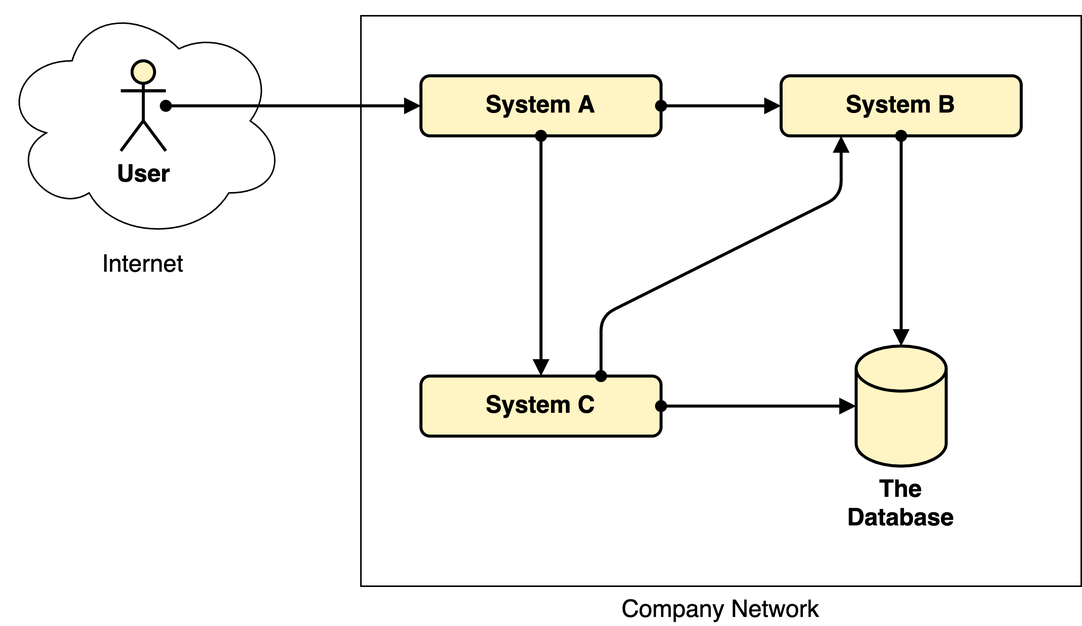
martinleggewie/visual-tips-for-creating-schematic-diagrams keeps this draw.io diagram as diagrams/example-systemdiagram_reduced-to-the-max.png. Above is the earlier version. Source tidied: cells renumbered, new cells last; positions are measured from the earlier drawing's top-left corner, leaving out a move shared by most shapes.
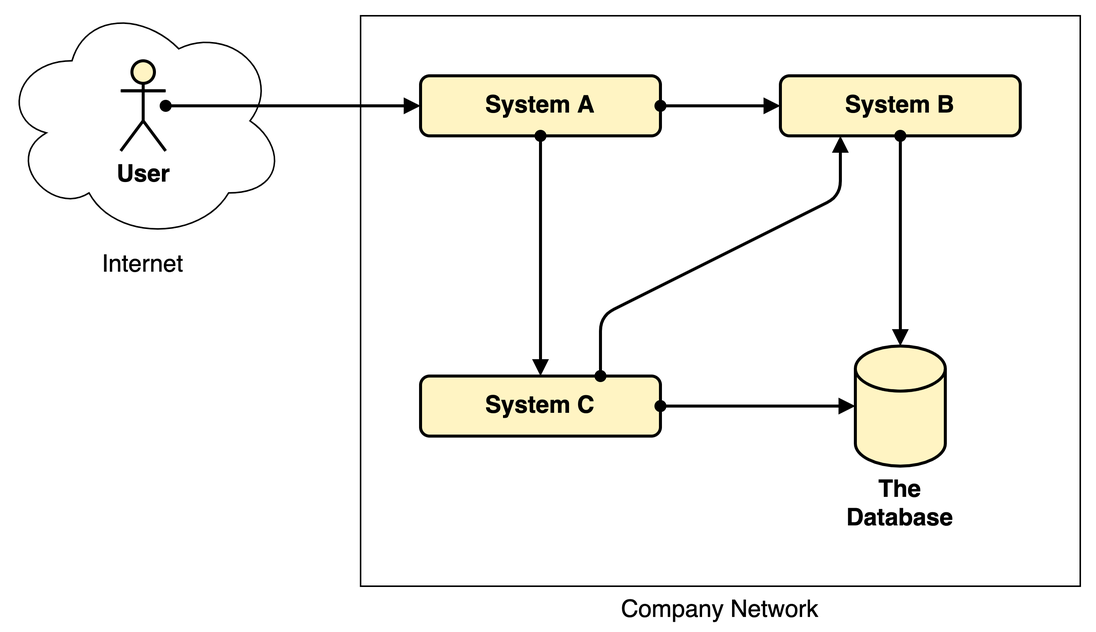
The same file after the commit.

Commit message:
added white background to diagrams which were translucent before

What changed in the source:
```diff
@@ -1,44 +1,48 @@
 <mxGraphModel>
   <root>
     <mxCell id="0" />
-    <mxCell id="1" parent="0" />
+    <mxCell id="1" value="background" parent="0" />
+    <mxCell id="15" style="rounded=0;whiteSpace=wrap;html=1;strokeColor=none;" parent="1" vertex="1">
+      <mxGeometry width="730" height="420" as="geometry" />
+    </mxCell>
+    <mxCell id="16" value="content" parent="0" />
-    <mxCell id="2" value="Internet" style="ellipse;shape=cloud;whiteSpace=wrap;html=1;strokeWidth=1;fontSize=16;labelPosition=center;verticalLabelPosition=bottom;align=center;verticalAlign=top;" parent="1" vertex="1">
+    <mxCell id="2" value="Internet" style="ellipse;shape=cloud;whiteSpace=wrap;html=1;strokeWidth=1;fontSize=16;labelPosition=center;verticalLabelPosition=bottom;align=center;verticalAlign=top;" parent="16" vertex="1">
       <mxGeometry width="190" height="160" as="geometry" />
     </mxCell>
-    <mxCell id="3" value="Company Network" style="rounded=0;whiteSpace=wrap;html=1;strokeWidth=1;fontSize=16;verticalAlign=top;labelPosition=center;verticalLabelPosition=bottom;align=center;" parent="1" vertex="1">
+    <mxCell id="3" value="Company Network" style="rounded=0;whiteSpace=wrap;html=1;strokeWidth=1;fontSize=16;verticalAlign=top;labelPosition=center;verticalLabelPosition=bottom;align=center;" parent="16" vertex="1">
       <mxGeometry x="240" y="10" width="480" height="380" as="geometry" />
     </mxCell>
-    <mxCell id="4" value="System A" style="rounded=1;whiteSpace=wrap;html=1;strokeWidth=2;fontSize=16;fontStyle=1;fillColor=#FFF4C3;" parent="1" vertex="1">
+    <mxCell id="4" value="System A" style="rounded=1;whiteSpace=wrap;html=1;strokeWidth=2;fontSize=16;fontStyle=1;fillColor=#FFF4C3;" parent="16" vertex="1">
       <mxGeometry x="280" y="50" width="160" height="40" as="geometry" />
     </mxCell>
-    <mxCell id="5" value="System B" style="rounded=1;whiteSpace=wrap;html=1;strokeWidth=2;fontSize=16;fontStyle=1;fillColor=#FFF4C3;" parent="1" vertex="1">
+    <mxCell id="5" value="System B" style="rounded=1;whiteSpace=wrap;html=1;strokeWidth=2;fontSize=16;fontStyle=1;fillColor=#FFF4C3;" parent="16" vertex="1">
       <mxGeometry x="520" y="50" width="160" height="40" as="geometry" />
     </mxCell>
-    <mxCell id="6" style="rounded=0;jettySize=auto;html=1;fontSize=16;endArrow=block;endFill=1;startArrow=oval;startFill=1;strokeWidth=2;" parent="1" edge="1" source="4" target="5">
+    <mxCell id="6" style="rounded=0;jettySize=auto;html=1;fontSize=16;endArrow=block;endFill=1;startArrow=oval;startFill=1;strokeWidth=2;" parent="16" edge="1" source="4" target="5">
       <mxGeometry relative="1" as="geometry" />
     </mxCell>
-    <mxCell id="7" style="edgeStyle=none;rounded=0;jettySize=auto;html=1;startArrow=oval;startFill=1;endArrow=block;endFill=1;strokeWidth=2;fontSize=16;" parent="1" edge="1" source="8" target="4">
+    <mxCell id="7" style="edgeStyle=none;rounded=0;jettySize=auto;html=1;startArrow=oval;startFill=1;endArrow=block;endFill=1;strokeWidth=2;fontSize=16;" parent="16" edge="1" source="8" target="4">
       <mxGeometry relative="1" as="geometry" />
     </mxCell>
-    <mxCell id="8" value="User" style="shape=umlActor;verticalLabelPosition=bottom;verticalAlign=top;html=1;outlineConnect=0;fontSize=16;strokeWidth=2;fontStyle=1;fillColor=#FFF4C3;" parent="1" vertex="1">
+    <mxCell id="8" value="User" style="shape=umlActor;verticalLabelPosition=bottom;verticalAlign=top;html=1;outlineConnect=0;fontSize=16;strokeWidth=2;fontStyle=1;fillColor=#FFF4C3;" parent="16" vertex="1">
       <mxGeometry x="80" y="40" width="30" height="60" as="geometry" />
     </mxCell>
-    <mxCell id="9" value="The Database" style="shape=cylinder3;whiteSpace=wrap;html=1;boundedLbl=1;backgroundOutline=1;size=15;strokeWidth=2;fontSize=16;verticalAlign=top;labelPosition=center;verticalLabelPosition=bottom;align=center;fontStyle=1;fillColor=#FFF4C3;" parent="1" vertex="1">
+    <mxCell id="9" value="The Database" style="shape=cylinder3;whiteSpace=wrap;html=1;boundedLbl=1;backgroundOutline=1;size=15;strokeWidth=2;fontSize=16;verticalAlign=top;labelPosition=center;verticalLabelPosition=bottom;align=center;fontStyle=1;fillColor=#FFF4C3;" parent="16" vertex="1">
       <mxGeometry x="570" y="230" width="60" height="80" as="geometry" />
     </mxCell>
-    <mxCell id="10" value="System C" style="rounded=1;whiteSpace=wrap;html=1;strokeWidth=2;fontSize=16;fontStyle=1;fillColor=#FFF4C3;" parent="1" vertex="1">
+    <mxCell id="10" value="System C" style="rounded=1;whiteSpace=wrap;html=1;strokeWidth=2;fontSize=16;fontStyle=1;fillColor=#FFF4C3;" parent="16" vertex="1">
       <mxGeometry x="280" y="250" width="160" height="40" as="geometry" />
     </mxCell>
-    <mxCell id="11" style="edgeStyle=none;rounded=0;jettySize=auto;html=1;startArrow=oval;startFill=1;endArrow=block;endFill=1;strokeWidth=2;fontSize=16;" parent="1" edge="1" source="10" target="9">
+    <mxCell id="11" style="edgeStyle=none;rounded=0;jettySize=auto;html=1;startArrow=oval;startFill=1;endArrow=block;endFill=1;strokeWidth=2;fontSize=16;" parent="16" edge="1" source="10" target="9">
       <mxGeometry relative="1" as="geometry" />
     </mxCell>
-    <mxCell id="12" style="edgeStyle=none;rounded=0;jettySize=auto;html=1;startArrow=oval;startFill=1;endArrow=block;endFill=1;strokeWidth=2;fontSize=16;" parent="1" edge="1" source="4" target="10">
+    <mxCell id="12" style="edgeStyle=none;rounded=0;jettySize=auto;html=1;startArrow=oval;startFill=1;endArrow=block;endFill=1;strokeWidth=2;fontSize=16;" parent="16" edge="1" source="4" target="10">
       <mxGeometry relative="1" as="geometry" />
     </mxCell>
-    <mxCell id="13" style="edgeStyle=none;rounded=0;jettySize=auto;html=1;startArrow=oval;startFill=1;endArrow=block;endFill=1;strokeWidth=2;fontSize=16;" parent="1" edge="1" source="5" target="9">
+    <mxCell id="13" style="edgeStyle=none;rounded=0;jettySize=auto;html=1;startArrow=oval;startFill=1;endArrow=block;endFill=1;strokeWidth=2;fontSize=16;" parent="16" edge="1" source="5" target="9">
       <mxGeometry relative="1" as="geometry" />
     </mxCell>
-    <mxCell id="14" style="jettySize=auto;html=1;startArrow=oval;startFill=1;endArrow=block;endFill=1;strokeWidth=2;fontSize=16;exitX=0.75;exitY=0;exitDx=0;exitDy=0;entryX=0.25;entryY=1;entryDx=0;entryDy=0;rounded=1;elbow=vertical;jumpStyle=none;sketch=0;shadow=0;comic=0;arcSize=20;" parent="1" edge="1" source="10" target="5">
+    <mxCell id="14" style="jettySize=auto;html=1;startArrow=oval;startFill=1;endArrow=block;endFill=1;strokeWidth=2;fontSize=16;exitX=0.75;exitY=0;exitDx=0;exitDy=0;entryX=0.25;entryY=1;entryDx=0;entryDy=0;rounded=1;elbow=vertical;jumpStyle=none;sketch=0;shadow=0;comic=0;arcSize=20;" parent="16" edge="1" source="10" target="5">
       <mxGeometry relative="1" as="geometry">
         <Array as="points">
           <mxPoint x="400" y="210" />
```
